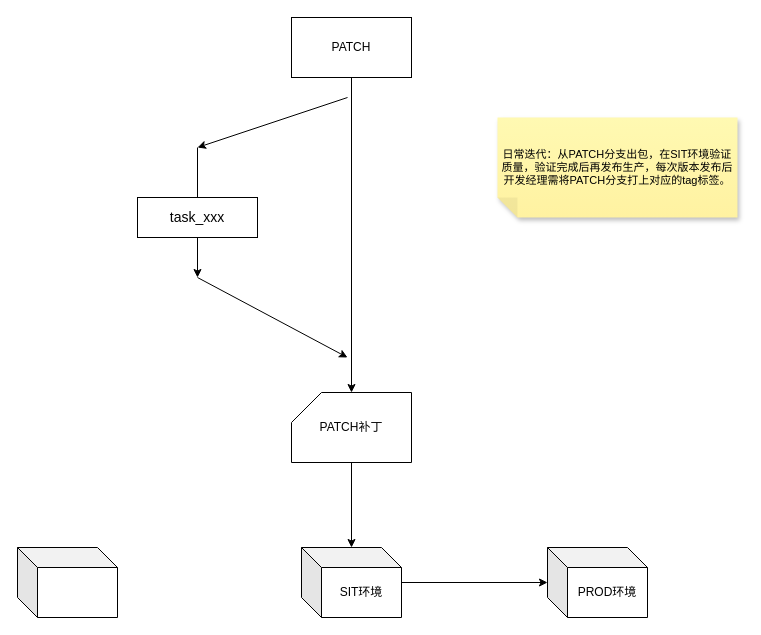
Before: 上线流程规范.drawio in Alphathur/diagram, a draw.io diagram. Source tidied: cells renumbered, new cells numbered last; positions are measured from the earlier drawing's top-left corner, leaving out a move shared by most shapes. Both pictures are drawn from the tidied source at 100%, with x=0, y=0 at pixel (17, 17).
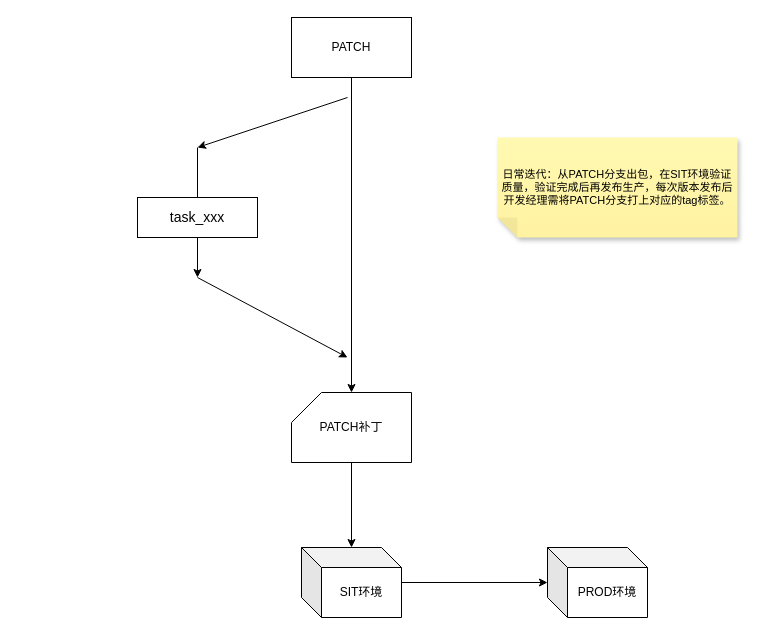
The same diagram, later.

Commit message:
日常迭代分支流程.drawio

Diff of the diagram source:
```diff
@@
 <mxGraphModel>
   <root>
     <mxCell id="0" />
     <mxCell id="1" parent="0" />
     <mxCell id="2" style="edgeStyle=orthogonalEdgeStyle;rounded=0;jettySize=auto;html=1;" parent="1" edge="1" source="3" target="5">
       <mxGeometry relative="1" as="geometry" />
     </mxCell>
     <mxCell id="3" value="PATCH" style="rounded=0;whiteSpace=wrap;html=1;" parent="1" vertex="1">
       <mxGeometry x="274" width="120" height="60" as="geometry" />
     </mxCell>
     <mxCell id="4" style="edgeStyle=orthogonalEdgeStyle;rounded=0;jettySize=auto;html=1;" parent="1" edge="1" source="5" target="13">
       <mxGeometry relative="1" as="geometry" />
     </mxCell>
     <mxCell id="5" value="PATCH补丁" style="shape=card;whiteSpace=wrap;html=1;" parent="1" vertex="1">
       <mxGeometry x="274" y="375" width="120" height="70" as="geometry" />
     </mxCell>
     <mxCell id="6" value="&lt;font style=&quot;font-size: 14px;&quot;&gt;task_xxx&lt;/font&gt;" style="rounded=0;whiteSpace=wrap;html=1;" parent="1" vertex="1">
       <mxGeometry x="120" y="180" width="120" height="40" as="geometry" />
     </mxCell>
     <mxCell id="7" style="endArrow=classic;html=1;rounded=0;" parent="1" edge="1">
       <mxGeometry relative="1" as="geometry">
         <mxPoint x="330" y="80" as="sourcePoint" />
         <mxPoint x="180" y="130" as="targetPoint" />
       </mxGeometry>
     </mxCell>
     <mxCell id="8" style="endArrow=none;html=1;rounded=0;" parent="1" edge="1" source="6">
       <mxGeometry relative="1" as="geometry">
         <mxPoint x="180" y="130" as="targetPoint" />
       </mxGeometry>
     </mxCell>
     <mxCell id="9" style="endArrow=classic;html=1;rounded=0;exitX=0.5;exitY=1;exitDx=0;exitDy=0;" parent="1" edge="1" source="6">
       <mxGeometry relative="1" as="geometry">
         <mxPoint x="180" y="260" as="targetPoint" />
       </mxGeometry>
     </mxCell>
     <mxCell id="10" style="endArrow=classic;html=1;rounded=0;" parent="1" edge="1">
       <mxGeometry relative="1" as="geometry">
         <mxPoint x="180" y="260" as="sourcePoint" />
         <mxPoint x="330" y="340" as="targetPoint" />
       </mxGeometry>
     </mxCell>
-    <mxCell id="11" style="shape=cube;whiteSpace=wrap;html=1;boundedLbl=1;backgroundOutline=1;darkOpacity=0.05;darkOpacity2=0.1;rotation=0;" parent="1" vertex="1">
-      <mxGeometry y="530" width="100" height="70" as="geometry" />
-    </mxCell>
     <mxCell id="12" style="edgeStyle=orthogonalEdgeStyle;rounded=0;jettySize=auto;html=1;" parent="1" edge="1" source="13" target="14">
       <mxGeometry relative="1" as="geometry" />
     </mxCell>
     <mxCell id="13" value="SIT环境" style="shape=cube;whiteSpace=wrap;html=1;boundedLbl=1;backgroundOutline=1;darkOpacity=0.05;darkOpacity2=0.1;rotation=0;" parent="1" vertex="1">
       <mxGeometry x="284" y="530" width="100" height="70" as="geometry" />
     </mxCell>
     <mxCell id="14" value="PROD环境" style="shape=cube;whiteSpace=wrap;html=1;boundedLbl=1;backgroundOutline=1;darkOpacity=0.05;darkOpacity2=0.1;rotation=0;" parent="1" vertex="1">
       <mxGeometry x="530" y="530" width="100" height="70" as="geometry" />
     </mxCell>
     <mxCell id="15" value="&lt;div&gt;&lt;font face=&quot;Helvetica&quot; style=&quot;font-size: 11px;&quot;&gt;日常迭代：从PATCH分支出包，在SIT环境验证&lt;/font&gt;&lt;/div&gt;&lt;div&gt;&lt;font face=&quot;Helvetica&quot; style=&quot;font-size: 11px;&quot;&gt;质量，验证完成后再发布生产，每次版本发布后&lt;/font&gt;&lt;/div&gt;&lt;div&gt;&lt;font face=&quot;Helvetica&quot; style=&quot;font-size: 11px;&quot;&gt;开发经理需将PATCH分支打上对应的tag标签。&lt;/font&gt;&lt;/div&gt;" style="shape=note;whiteSpace=wrap;html=1;backgroundOutline=1;autosizeText=1;fontColor=#000000;darkOpacity=0.05;fillColor=#FFF9B2;strokeColor=none;fillStyle=solid;fontSize=6;direction=west;gradientDirection=north;gradientColor=#FFF2A1;shadow=1;size=20;" parent="1" vertex="1">
-      <mxGeometry x="480" y="100" width="240" height="100" as="geometry" />
+      <mxGeometry x="480" y="120" width="240" height="100" as="geometry" />
     </mxCell>
   </root>
 </mxGraphModel>
```
